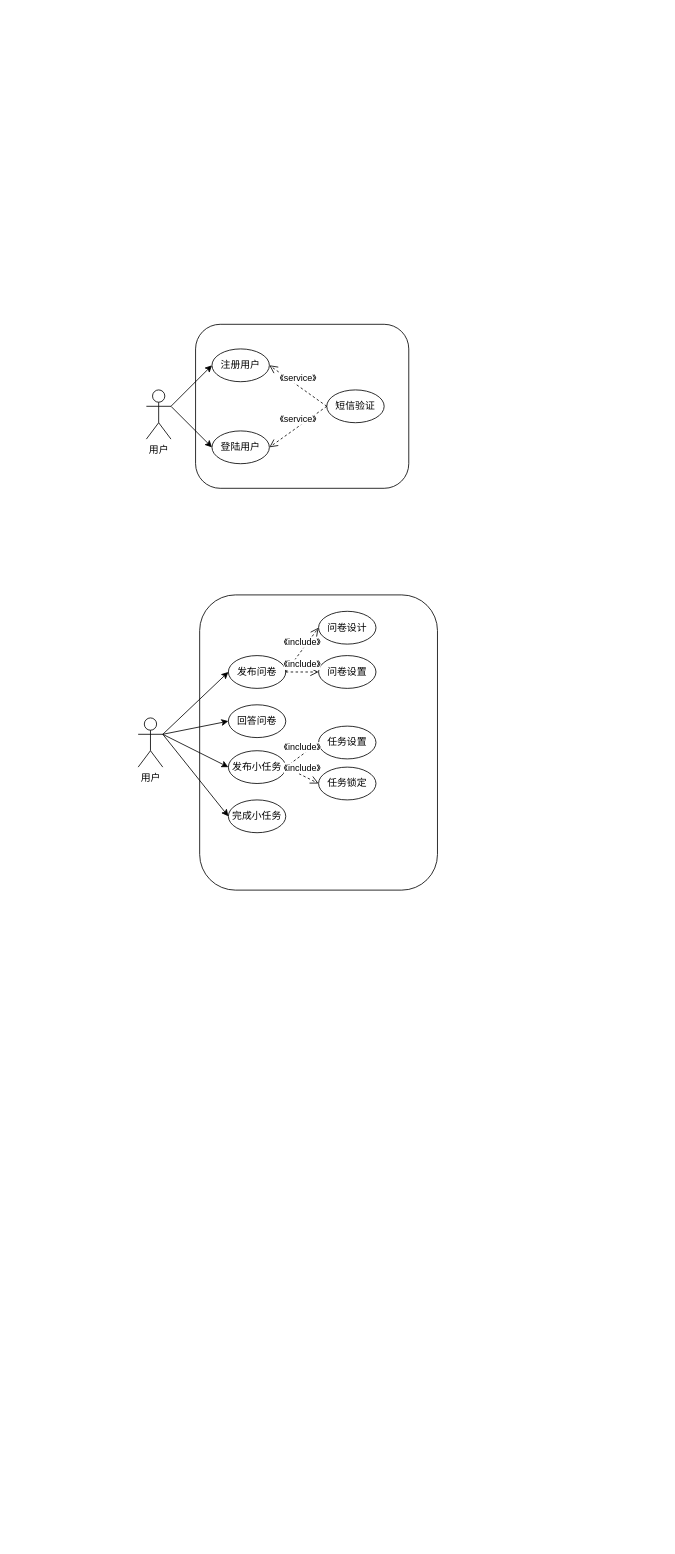
This is managerwork/Usecase Diagram.drawio from Walikrence/swsad-project, a draw.io file, before an edit. Source tidied: cells renumbered, new cells numbered last; positions are measured from the earlier drawing's top-left corner, leaving out a move shared by most shapes. Both pictures are drawn from the tidied source at 82%, with x=0, y=0 at pixel (138, 324).
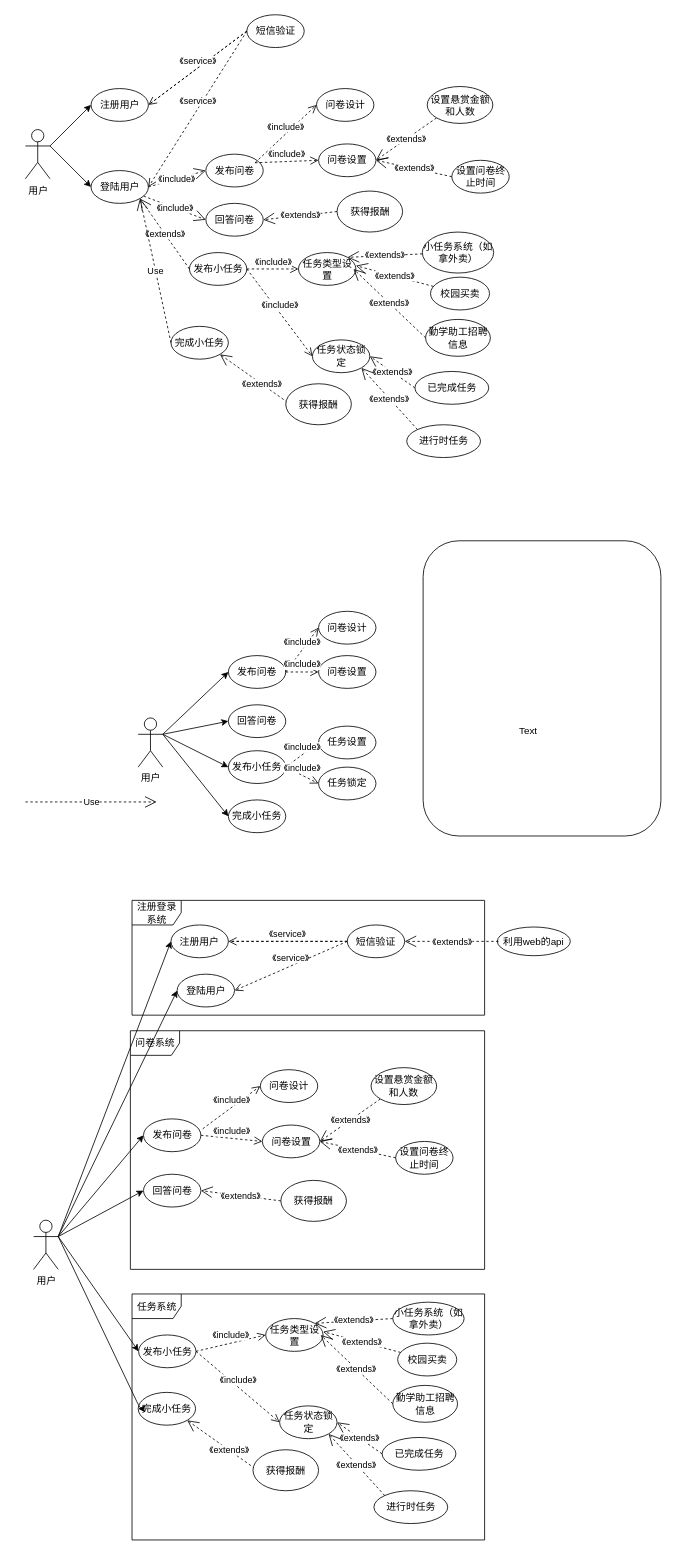
Above is the later version.

What changed in the source:
```diff
@@
     <mxCell id="3" value="用户" style="shape=umlActor;verticalLabelPosition=bottom;labelBackgroundColor=#ffffff;verticalAlign=top;html=1;outlineConnect=0;" parent="1" vertex="1">
-      <mxGeometry x="10" y="80" width="30" height="60" as="geometry" />
+      <mxGeometry x="-137.5" y="-237.5" width="30" height="60" as="geometry" />
     </mxCell>
-    <mxCell id="4" style="rounded=1;whiteSpace=wrap;html=1;shadow=0;" parent="1" vertex="1">
-      <mxGeometry x="70" width="260" height="200" as="geometry" />
-    </mxCell>
     <mxCell id="5" value="注册用户" style="ellipse;whiteSpace=wrap;html=1;" parent="1" vertex="1">
-      <mxGeometry x="90" y="30" width="70" height="40" as="geometry" />
+      <mxGeometry x="-57.5" y="-287.5" width="70" height="40" as="geometry" />
     </mxCell>
     <mxCell id="6" value="登陆用户" style="ellipse;whiteSpace=wrap;html=1;" parent="1" vertex="1">
-      <mxGeometry x="90" y="130" width="70" height="40" as="geometry" />
+      <mxGeometry x="-57.5" y="-187.5" width="70" height="40" as="geometry" />
     </mxCell>
@@
     <mxCell id="8" style="endArrow=classic;html=1;entryX=0;entryY=0.5;entryDx=0;entryDy=0;" parent="1" edge="1" target="6">
       <mxGeometry relative="1" as="geometry">
-        <mxPoint x="40" y="100" as="sourcePoint" />
+        <mxPoint x="-107.5" y="-217.5" as="sourcePoint" />
       </mxGeometry>
     </mxCell>
     <mxCell id="9" value="短信验证" style="ellipse;whiteSpace=wrap;html=1;" parent="1" vertex="1">
-      <mxGeometry x="230" y="80" width="70" height="40" as="geometry" />
+      <mxGeometry x="132.5" y="-377.5" width="70" height="40" as="geometry" />
     </mxCell>
@@
     <mxCell id="13" style="rounded=1;whiteSpace=wrap;html=1;shadow=0;" parent="1" vertex="1">
-      <mxGeometry x="75" y="330" width="290" height="360" as="geometry" />
+      <mxGeometry x="347.5" y="264" width="290" height="360" as="geometry" />
     </mxCell>
@@
+    <mxCell id="30" value="《include》" style="endArrow=open;endSize=12;dashed=1;html=1;entryX=0;entryY=0.5;entryDx=0;entryDy=0;" parent="1" edge="1" source="6" target="34">
+      <mxGeometry relative="1" as="geometry" />
+    </mxCell>
+    <mxCell id="31" value="《include》" style="endArrow=open;endSize=12;dashed=1;html=1;" parent="1" edge="1">
+      <mxGeometry relative="1" as="geometry">
+        <mxPoint x="12.5" y="-167.5" as="sourcePoint" />
+        <mxPoint x="82.5" y="-187.5" as="targetPoint" />
+      </mxGeometry>
+    </mxCell>
+    <mxCell id="32" value="发布问卷" style="ellipse;whiteSpace=wrap;html=1;" parent="1" vertex="1">
+      <mxGeometry x="82.5" y="-207.5" width="70" height="40" as="geometry" />
+    </mxCell>
+    <mxCell id="33" value="《extends》" style="endArrow=open;endSize=12;dashed=1;html=1;entryX=1;entryY=0.5;entryDx=0;entryDy=0;exitX=0;exitY=1;exitDx=0;exitDy=0;" parent="1" edge="1" source="40" target="37">
+      <mxGeometry relative="1" as="geometry" />
+    </mxCell>
+    <mxCell id="34" value="回答问卷" style="ellipse;whiteSpace=wrap;html=1;" parent="1" vertex="1">
+      <mxGeometry x="82.5" y="-147.5" width="70" height="40" as="geometry" />
+    </mxCell>
+    <mxCell id="35" value="Use" style="endArrow=open;endSize=12;dashed=1;html=1;" parent="1" edge="1">
+      <mxGeometry relative="1" as="geometry">
+        <mxPoint x="-137.5" y="582.5" as="sourcePoint" />
+        <mxPoint x="22.5" y="582.5" as="targetPoint" />
+      </mxGeometry>
+    </mxCell>
+    <mxCell id="36" value="问卷设计" style="ellipse;whiteSpace=wrap;html=1;" parent="1" vertex="1">
+      <mxGeometry x="217.5" y="-287.5" width="70" height="40" as="geometry" />
+    </mxCell>
+    <mxCell id="37" value="问卷设置" style="ellipse;whiteSpace=wrap;html=1;" parent="1" vertex="1">
+      <mxGeometry x="220" y="-220" width="70" height="40" as="geometry" />
+    </mxCell>
+    <mxCell id="38" value="《include》" style="html=1;verticalAlign=bottom;endArrow=open;dashed=1;endSize=8;exitX=1;exitY=0.5;exitDx=0;exitDy=0;entryX=0;entryY=0.5;entryDx=0;entryDy=0;" parent="1" edge="1" target="36">
+      <mxGeometry relative="1" as="geometry">
+        <mxPoint x="142.5" y="-197" as="sourcePoint" />
+      </mxGeometry>
+    </mxCell>
+    <mxCell id="39" value="《include》" style="html=1;verticalAlign=bottom;endArrow=open;dashed=1;endSize=8;exitX=1;exitY=0.5;exitDx=0;exitDy=0;entryX=0;entryY=0.5;entryDx=0;entryDy=0;" parent="1" edge="1" target="37">
+      <mxGeometry relative="1" as="geometry">
+        <mxPoint x="142.5" y="-197" as="sourcePoint" />
+      </mxGeometry>
+    </mxCell>
+    <mxCell id="40" value="设置悬赏金额和人数" style="ellipse;whiteSpace=wrap;html=1;" parent="1" vertex="1">
+      <mxGeometry x="352.5" y="-290" width="80" height="45" as="geometry" />
+    </mxCell>
+    <mxCell id="41" value="设置问卷终止时间" style="ellipse;whiteSpace=wrap;html=1;" parent="1" vertex="1">
+      <mxGeometry x="382.5" y="-200" width="70" height="40" as="geometry" />
+    </mxCell>
+    <mxCell id="42" value="《extends》" style="endArrow=open;endSize=12;dashed=1;html=1;entryX=1;entryY=0.5;entryDx=0;entryDy=0;exitX=0;exitY=0.5;exitDx=0;exitDy=0;" parent="1" edge="1" source="41" target="37">
+      <mxGeometry relative="1" as="geometry" />
+    </mxCell>
+    <mxCell id="43" value="获得报酬" style="ellipse;whiteSpace=wrap;html=1;" parent="1" vertex="1">
+      <mxGeometry x="242.5" y="-162.5" width="80" height="50" as="geometry" />
+    </mxCell>
+    <mxCell id="44" value="《extends》" style="endArrow=open;endSize=12;dashed=1;html=1;entryX=1;entryY=0.5;entryDx=0;entryDy=0;exitX=0;exitY=0.5;exitDx=0;exitDy=0;" parent="1" edge="1" source="43" target="34">
+      <mxGeometry relative="1" as="geometry" />
+    </mxCell>
+    <mxCell id="45" value="Text" style="text;html=1;align=left;verticalAlign=top;spacingTop=-4;" parent="1" vertex="1">
+      <mxGeometry x="462.5" y="485.5" width="40" height="20" as="geometry" />
+    </mxCell>
+    <mxCell id="46" value="发布小任务" style="ellipse;whiteSpace=wrap;html=1;" parent="1" vertex="1">
+      <mxGeometry x="62.5" y="-87.5" width="70" height="40" as="geometry" />
+    </mxCell>
+    <mxCell id="47" value="完成小任务" style="ellipse;whiteSpace=wrap;html=1;" parent="1" vertex="1">
+      <mxGeometry x="40" y="2.5" width="70" height="40" as="geometry" />
+    </mxCell>
+    <mxCell id="48" value="任务类型设置" style="ellipse;whiteSpace=wrap;html=1;" parent="1" vertex="1">
+      <mxGeometry x="195.5" y="-87.5" width="70" height="40" as="geometry" />
+    </mxCell>
+    <mxCell id="49" value="任务状态锁定" style="ellipse;whiteSpace=wrap;html=1;" parent="1" vertex="1">
+      <mxGeometry x="212.5" y="19" width="70" height="40" as="geometry" />
+    </mxCell>
+    <mxCell id="50" value="《include》" style="html=1;verticalAlign=bottom;endArrow=open;dashed=1;endSize=8;exitX=1;exitY=0.5;exitDx=0;exitDy=0;entryX=0;entryY=0.5;entryDx=0;entryDy=0;" parent="1" edge="1" source="46" target="48">
+      <mxGeometry relative="1" as="geometry" />
+    </mxCell>
+    <mxCell id="51" value="《include》" style="html=1;verticalAlign=bottom;endArrow=open;dashed=1;endSize=8;exitX=1;exitY=0.5;exitDx=0;exitDy=0;entryX=0;entryY=0.5;entryDx=0;entryDy=0;" parent="1" edge="1" source="46" target="49">
+      <mxGeometry relative="1" as="geometry" />
+    </mxCell>
+    <mxCell id="52" value="《extends》" style="endArrow=open;endSize=12;dashed=1;html=1;entryX=1;entryY=1;entryDx=0;entryDy=0;exitX=0;exitY=0.5;exitDx=0;exitDy=0;" parent="1" edge="1" source="46" target="6">
+      <mxGeometry relative="1" as="geometry" />
+    </mxCell>
+    <mxCell id="53" value="小任务系统（如拿外卖）" style="ellipse;whiteSpace=wrap;html=1;" parent="1" vertex="1">
+      <mxGeometry x="346.5" y="-112.5" width="87" height="50" as="geometry" />
+    </mxCell>
+    <mxCell id="54" value="校园买卖" style="ellipse;whiteSpace=wrap;html=1;" parent="1" vertex="1">
+      <mxGeometry x="356.5" y="-57.5" width="72" height="40" as="geometry" />
+    </mxCell>
+    <mxCell id="55" value="勤学助工招聘信息" style="ellipse;whiteSpace=wrap;html=1;" parent="1" vertex="1">
+      <mxGeometry x="350.5" y="-6" width="79" height="45" as="geometry" />
+    </mxCell>
+    <mxCell id="56" value="《extends》" style="endArrow=open;endSize=12;dashed=1;html=1;entryX=1;entryY=0;entryDx=0;entryDy=0;" parent="1" edge="1" source="53" target="48">
+      <mxGeometry relative="1" as="geometry" />
+    </mxCell>
+    <mxCell id="57" value="《extends》" style="endArrow=open;endSize=12;dashed=1;html=1;entryX=1;entryY=0;entryDx=0;entryDy=0;" parent="1" edge="1" source="54">
+      <mxGeometry relative="1" as="geometry">
+        <mxPoint x="265.5" y="-71.5" as="targetPoint" />
+      </mxGeometry>
+    </mxCell>
+    <mxCell id="58" value="《extends》" style="endArrow=open;endSize=12;dashed=1;html=1;exitX=0;exitY=0.5;exitDx=0;exitDy=0;" parent="1" edge="1" source="55">
+      <mxGeometry relative="1" as="geometry">
+        <mxPoint x="262.5" y="-67.5" as="targetPoint" />
+      </mxGeometry>
+    </mxCell>
+    <mxCell id="59" value="Use" style="endArrow=open;endSize=12;dashed=1;html=1;entryX=1;entryY=1;entryDx=0;entryDy=0;exitX=0;exitY=0.5;exitDx=0;exitDy=0;" parent="1" edge="1" source="47" target="6">
+      <mxGeometry relative="1" as="geometry" />
+    </mxCell>
+    <mxCell id="60" value="《extends》" style="endArrow=open;endSize=12;dashed=1;html=1;entryX=1;entryY=1;entryDx=0;entryDy=0;exitX=0;exitY=0.5;exitDx=0;exitDy=0;" parent="1" edge="1" source="61" target="47">
+      <mxGeometry relative="1" as="geometry">
+        <Array as="points">
+          <mxPoint x="192.5" y="102.5" />
+        </Array>
+      </mxGeometry>
+    </mxCell>
+    <mxCell id="61" value="获得报酬" style="ellipse;whiteSpace=wrap;html=1;" parent="1" vertex="1">
+      <mxGeometry x="180" y="72.5" width="80" height="50" as="geometry" />
+    </mxCell>
+    <mxCell id="62" value="《extends》" style="endArrow=open;endSize=12;dashed=1;html=1;entryX=1;entryY=0.5;entryDx=0;entryDy=0;exitX=0;exitY=0.5;exitDx=0;exitDy=0;" parent="1" edge="1" source="63" target="49">
+      <mxGeometry relative="1" as="geometry" />
+    </mxCell>
+    <mxCell id="63" value="已完成任务" style="ellipse;whiteSpace=wrap;html=1;" parent="1" vertex="1">
+      <mxGeometry x="337.5" y="57.5" width="90" height="40" as="geometry" />
+    </mxCell>
+    <mxCell id="64" value="进行时任务" style="ellipse;whiteSpace=wrap;html=1;" parent="1" vertex="1">
+      <mxGeometry x="327.5" y="122.5" width="90" height="40" as="geometry" />
+    </mxCell>
+    <mxCell id="65" value="《extends》" style="endArrow=open;endSize=12;dashed=1;html=1;entryX=1;entryY=1;entryDx=0;entryDy=0;exitX=0;exitY=0;exitDx=0;exitDy=0;" parent="1" edge="1" source="64" target="49">
+      <mxGeometry relative="1" as="geometry" />
+    </mxCell>
+    <mxCell id="66" value="问卷系统" style="shape=umlFrame;whiteSpace=wrap;html=1;" parent="1" vertex="1">
+      <mxGeometry x="-9.5" y="861.5" width="432" height="291" as="geometry" />
+    </mxCell>
+    <mxCell id="67" value="任务系统" style="shape=umlFrame;whiteSpace=wrap;html=1;" parent="1" vertex="1">
+      <mxGeometry x="-7.5" y="1182.5" width="430" height="300" as="geometry" />
+    </mxCell>
+    <mxCell id="68" value="发布问卷" style="ellipse;whiteSpace=wrap;html=1;" parent="1" vertex="1">
+      <mxGeometry x="6.5" y="969" width="70" height="40" as="geometry" />
+    </mxCell>
+    <mxCell id="69" value="《extends》" style="endArrow=open;endSize=12;dashed=1;html=1;entryX=1;entryY=0.5;entryDx=0;entryDy=0;exitX=0;exitY=1;exitDx=0;exitDy=0;" parent="1" edge="1" source="75" target="72">
+      <mxGeometry relative="1" as="geometry" />
+    </mxCell>
+    <mxCell id="70" value="回答问卷" style="ellipse;whiteSpace=wrap;html=1;" parent="1" vertex="1">
+      <mxGeometry x="6.5" y="1036.5" width="70" height="40" as="geometry" />
+    </mxCell>
+    <mxCell id="71" value="问卷设计" style="ellipse;whiteSpace=wrap;html=1;" parent="1" vertex="1">
+      <mxGeometry x="149" y="909" width="70" height="40" as="geometry" />
+    </mxCell>
+    <mxCell id="72" value="问卷设置" style="ellipse;whiteSpace=wrap;html=1;" parent="1" vertex="1">
+      <mxGeometry x="151.5" y="976.5" width="70" height="40" as="geometry" />
+    </mxCell>
+    <mxCell id="73" value="《include》" style="html=1;verticalAlign=bottom;endArrow=open;dashed=1;endSize=8;exitX=1.032;exitY=0.302;exitDx=0;exitDy=0;entryX=0;entryY=0.5;entryDx=0;entryDy=0;exitPerimeter=0;" parent="1" edge="1" source="68" target="71">
+      <mxGeometry relative="1" as="geometry" />
+    </mxCell>
+    <mxCell id="74" value="《include》" style="html=1;verticalAlign=bottom;endArrow=open;dashed=1;endSize=8;exitX=1;exitY=0.5;exitDx=0;exitDy=0;entryX=0;entryY=0.5;entryDx=0;entryDy=0;" parent="1" edge="1" source="68" target="72">
+      <mxGeometry relative="1" as="geometry" />
+    </mxCell>
+    <mxCell id="75" value="设置悬赏金额和人数" style="ellipse;whiteSpace=wrap;html=1;" parent="1" vertex="1">
+      <mxGeometry x="284" y="906.5" width="80" height="45" as="geometry" />
+    </mxCell>
+    <mxCell id="76" value="设置问卷终止时间" style="ellipse;whiteSpace=wrap;html=1;" parent="1" vertex="1">
+      <mxGeometry x="314" y="996.5" width="70" height="40" as="geometry" />
+    </mxCell>
+    <mxCell id="77" value="《extends》" style="endArrow=open;endSize=12;dashed=1;html=1;entryX=1;entryY=0.5;entryDx=0;entryDy=0;exitX=0;exitY=0.5;exitDx=0;exitDy=0;" parent="1" edge="1" source="76" target="72">
+      <mxGeometry relative="1" as="geometry" />
+    </mxCell>
+    <mxCell id="78" value="获得报酬" style="ellipse;whiteSpace=wrap;html=1;" parent="1" vertex="1">
+      <mxGeometry x="174" y="1044" width="80" height="50" as="geometry" />
+    </mxCell>
+    <mxCell id="79" value="《extends》" style="endArrow=open;endSize=12;dashed=1;html=1;entryX=1;entryY=0.5;entryDx=0;entryDy=0;exitX=0;exitY=0.5;exitDx=0;exitDy=0;" parent="1" edge="1" source="78" target="70">
+      <mxGeometry relative="1" as="geometry" />
+    </mxCell>
+    <mxCell id="80" value="发布小任务" style="ellipse;whiteSpace=wrap;html=1;" parent="1" vertex="1">
+      <mxGeometry x="0.5" y="1232.5" width="70" height="40" as="geometry" />
+    </mxCell>
+    <mxCell id="81" value="完成小任务" style="ellipse;whiteSpace=wrap;html=1;" parent="1" vertex="1">
+      <mxGeometry y="1302.5" width="70" height="40" as="geometry" />
+    </mxCell>
+    <mxCell id="82" value="任务类型设置" style="ellipse;whiteSpace=wrap;html=1;" parent="1" vertex="1">
+      <mxGeometry x="155.5" y="1212.5" width="70" height="40" as="geometry" />
+    </mxCell>
+    <mxCell id="83" value="任务状态锁定" style="ellipse;whiteSpace=wrap;html=1;" parent="1" vertex="1">
+      <mxGeometry x="172.5" y="1319" width="70" height="40" as="geometry" />
+    </mxCell>
+    <mxCell id="84" value="《include》" style="html=1;verticalAlign=bottom;endArrow=open;dashed=1;endSize=8;exitX=1;exitY=0.5;exitDx=0;exitDy=0;entryX=0;entryY=0.5;entryDx=0;entryDy=0;" parent="1" edge="1" source="80" target="82">
+      <mxGeometry relative="1" as="geometry" />
+    </mxCell>
+    <mxCell id="85" value="《include》" style="html=1;verticalAlign=bottom;endArrow=open;dashed=1;endSize=8;exitX=1;exitY=0.5;exitDx=0;exitDy=0;entryX=0;entryY=0.5;entryDx=0;entryDy=0;" parent="1" edge="1" source="80" target="83">
+      <mxGeometry relative="1" as="geometry" />
+    </mxCell>
+    <mxCell id="86" value="校园买卖" style="ellipse;whiteSpace=wrap;html=1;" parent="1" vertex="1">
+      <mxGeometry x="316.5" y="1242.5" width="72" height="40" as="geometry" />
+    </mxCell>
+    <mxCell id="87" value="勤学助工招聘信息" style="ellipse;whiteSpace=wrap;html=1;" parent="1" vertex="1">
+      <mxGeometry x="310.5" y="1294" width="79" height="45" as="geometry" />
+    </mxCell>
+    <mxCell id="88" value="《extends》" style="endArrow=open;endSize=12;dashed=1;html=1;entryX=1;entryY=0;entryDx=0;entryDy=0;exitX=0;exitY=0.5;exitDx=0;exitDy=0;" parent="1" edge="1" source="97" target="82">
+      <mxGeometry relative="1" as="geometry" />
+    </mxCell>
+    <mxCell id="89" value="《extends》" style="endArrow=open;endSize=12;dashed=1;html=1;entryX=1;entryY=0;entryDx=0;entryDy=0;" parent="1" edge="1" source="86">
+      <mxGeometry relative="1" as="geometry">
+        <mxPoint x="225.5" y="1228.5" as="targetPoint" />
+      </mxGeometry>
+    </mxCell>
+    <mxCell id="90" value="《extends》" style="endArrow=open;endSize=12;dashed=1;html=1;exitX=0;exitY=0.5;exitDx=0;exitDy=0;" parent="1" edge="1" source="87">
+      <mxGeometry relative="1" as="geometry">
+        <mxPoint x="222.5" y="1232.5" as="targetPoint" />
+      </mxGeometry>
+    </mxCell>
+    <mxCell id="91" value="《extends》" style="endArrow=open;endSize=12;dashed=1;html=1;entryX=1;entryY=1;entryDx=0;entryDy=0;exitX=0;exitY=0.5;exitDx=0;exitDy=0;" parent="1" edge="1" source="92" target="81">
+      <mxGeometry relative="1" as="geometry">
+        <Array as="points">
+          <mxPoint x="152.5" y="1402.5" />
+        </Array>
+      </mxGeometry>
+    </mxCell>
+    <mxCell id="92" value="获得报酬" style="ellipse;whiteSpace=wrap;html=1;" parent="1" vertex="1">
+      <mxGeometry x="140" y="1372.5" width="80" height="50" as="geometry" />
+    </mxCell>
+    <mxCell id="93" value="《extends》" style="endArrow=open;endSize=12;dashed=1;html=1;entryX=1;entryY=0.5;entryDx=0;entryDy=0;exitX=0;exitY=0.5;exitDx=0;exitDy=0;" parent="1" edge="1" source="94" target="83">
+      <mxGeometry relative="1" as="geometry" />
+    </mxCell>
+    <mxCell id="94" value="已完成任务" style="ellipse;whiteSpace=wrap;html=1;" parent="1" vertex="1">
+      <mxGeometry x="297.5" y="1357.5" width="90" height="40" as="geometry" />
+    </mxCell>
+    <mxCell id="95" value="进行时任务" style="ellipse;whiteSpace=wrap;html=1;" parent="1" vertex="1">
+      <mxGeometry x="287.5" y="1422.5" width="90" height="40" as="geometry" />
+    </mxCell>
+    <mxCell id="96" value="《extends》" style="endArrow=open;endSize=12;dashed=1;html=1;entryX=1;entryY=1;entryDx=0;entryDy=0;exitX=0;exitY=0;exitDx=0;exitDy=0;" parent="1" edge="1" source="95" target="83">
+      <mxGeometry relative="1" as="geometry" />
+    </mxCell>
+    <mxCell id="97" value="小任务系统（如拿外卖）" style="ellipse;whiteSpace=wrap;html=1;" parent="1" vertex="1">
+      <mxGeometry x="310.5" y="1192.5" width="87" height="40" as="geometry" />
+    </mxCell>
+    <mxCell id="98" value="用户" style="shape=umlActor;verticalLabelPosition=bottom;labelBackgroundColor=#ffffff;verticalAlign=top;html=1;outlineConnect=0;" parent="1" vertex="1">
+      <mxGeometry x="-127.5" y="1092.5" width="30" height="60" as="geometry" />
+    </mxCell>
+    <mxCell id="99" style="endArrow=classic;html=1;exitX=1;exitY=0.3333333333333333;exitDx=0;exitDy=0;exitPerimeter=0;entryX=0;entryY=0.5;entryDx=0;entryDy=0;" parent="1" edge="1" source="98" target="68">
+      <mxGeometry relative="1" as="geometry" />
+    </mxCell>
+    <mxCell id="100" style="endArrow=classic;html=1;entryX=0;entryY=0.5;entryDx=0;entryDy=0;" parent="1" edge="1" target="70">
+      <mxGeometry relative="1" as="geometry">
+        <mxPoint x="-97.5" y="1112.5" as="sourcePoint" />
+      </mxGeometry>
+    </mxCell>
+    <mxCell id="101" style="endArrow=classic;html=1;entryX=0;entryY=0.5;entryDx=0;entryDy=0;" parent="1" edge="1" target="80">
+      <mxGeometry relative="1" as="geometry">
+        <mxPoint x="-97.5" y="1112.5" as="sourcePoint" />
+      </mxGeometry>
+    </mxCell>
+    <mxCell id="102" style="endArrow=classic;html=1;entryX=0;entryY=0.5;entryDx=0;entryDy=0;exitX=1;exitY=0.3333333333333333;exitDx=0;exitDy=0;exitPerimeter=0;" parent="1" edge="1" source="98" target="81">
+      <mxGeometry relative="1" as="geometry">
+        <Array as="points">
+          <mxPoint x="2.5" y="1322.5" />
+        </Array>
+      </mxGeometry>
+    </mxCell>
+    <mxCell id="103" style="endArrow=classic;html=1;entryX=0;entryY=0.5;entryDx=0;entryDy=0;exitX=1;exitY=0.3333333333333333;exitDx=0;exitDy=0;exitPerimeter=0;" parent="1" edge="1" source="98" target="106">
+      <mxGeometry relative="1" as="geometry" />
+    </mxCell>
+    <mxCell id="104" value="注册登录系统" style="shape=umlFrame;whiteSpace=wrap;html=1;" parent="1" vertex="1">
+      <mxGeometry x="-7.5" y="702.5" width="430" height="140" as="geometry" />
+    </mxCell>
+    <mxCell id="105" style="endArrow=none;dashed=1;html=1;entryX=1;entryY=0.5;entryDx=0;entryDy=0;exitX=0;exitY=0.5;exitDx=0;exitDy=0;jumpStyle=none;rounded=1;" parent="1" edge="1" source="108" target="106">
+      <mxGeometry relative="1" as="geometry" />
+    </mxCell>
+    <mxCell id="106" value="注册用户" style="ellipse;whiteSpace=wrap;html=1;" parent="1" vertex="1">
+      <mxGeometry x="40" y="732.5" width="70" height="40" as="geometry" />
+    </mxCell>
+    <mxCell id="107" value="登陆用户" style="ellipse;whiteSpace=wrap;html=1;" parent="1" vertex="1">
+      <mxGeometry x="47.5" y="792.5" width="70" height="40" as="geometry" />
+    </mxCell>
+    <mxCell id="108" value="短信验证" style="ellipse;whiteSpace=wrap;html=1;" parent="1" vertex="1">
+      <mxGeometry x="255" y="732.5" width="70" height="40" as="geometry" />
+    </mxCell>
+    <mxCell id="109" value="《service》" style="html=1;verticalAlign=bottom;endArrow=open;dashed=1;endSize=8;exitX=0;exitY=0.5;exitDx=0;exitDy=0;entryX=1;entryY=0.5;entryDx=0;entryDy=0;" parent="1" edge="1" source="108" target="106">
+      <mxGeometry relative="1" as="geometry" />
+    </mxCell>
+    <mxCell id="110" value="《service》" style="html=1;verticalAlign=bottom;endArrow=open;dashed=1;endSize=8;exitX=0;exitY=0.5;exitDx=0;exitDy=0;entryX=1;entryY=0.5;entryDx=0;entryDy=0;" parent="1" edge="1" source="108" target="107">
+      <mxGeometry relative="1" as="geometry" />
+    </mxCell>
+    <mxCell id="111" style="endArrow=classic;html=1;entryX=0;entryY=0.5;entryDx=0;entryDy=0;" parent="1" edge="1" target="107">
+      <mxGeometry relative="1" as="geometry">
+        <mxPoint x="-97.5" y="1112.5" as="sourcePoint" />
+      </mxGeometry>
+    </mxCell>
+    <mxCell id="112" value="利用web的api" style="ellipse;whiteSpace=wrap;html=1;" parent="1" vertex="1">
+      <mxGeometry x="438" y="735" width="89" height="35" as="geometry" />
+    </mxCell>
+    <mxCell id="113" value="《extends》" style="endArrow=open;endSize=12;dashed=1;html=1;entryX=1;entryY=0.5;entryDx=0;entryDy=0;" parent="1" edge="1" target="108">
+      <mxGeometry relative="1" as="geometry">
+        <mxPoint x="439.5" y="752.5" as="sourcePoint" />
+      </mxGeometry>
+    </mxCell>
```
